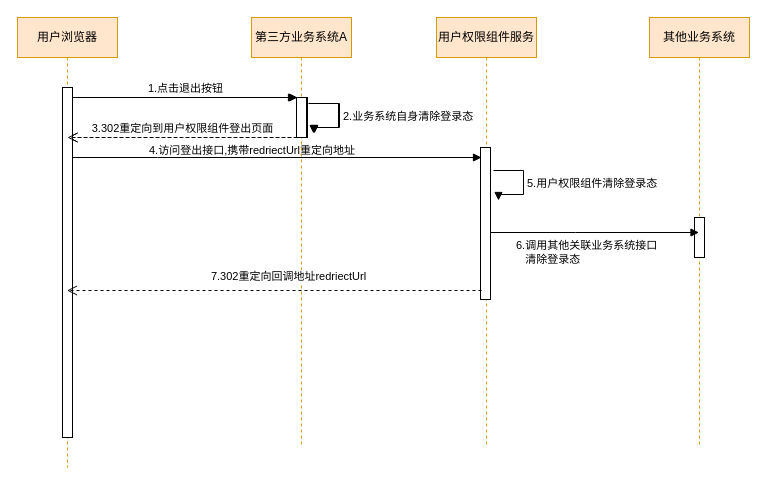
Above: 用户权限组件登出.drawio in lsdu0/drawio (draw.io), before the change. Source tidied: cells renumbered, new cells numbered last; positions are measured from the earlier drawing's top-left corner, leaving out a move shared by most shapes. Both pictures are drawn from the tidied source at 100%, with x=0, y=0 at pixel (17, 17).
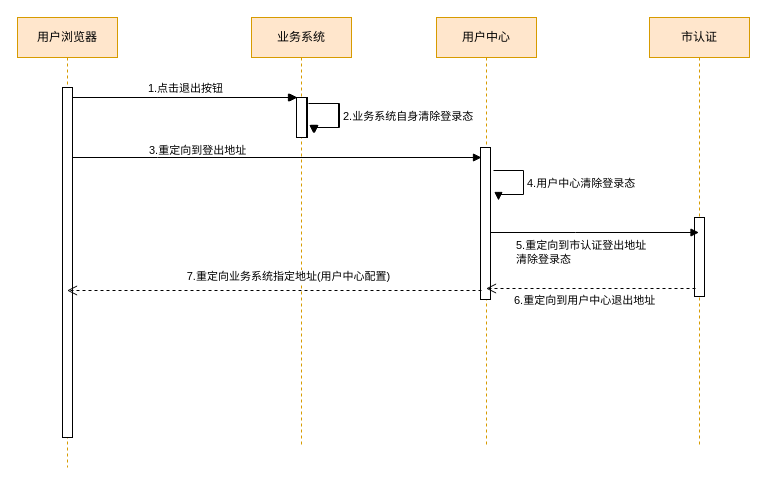
After the change.

Commit message:
Update 用户权限组件登出.drawio

The change refers to these unchanged cells:
```xml
<mxCell id="3" style="html=1;points=[];perimeter=orthogonalPerimeter;outlineConnect=0;targetShapes=umlLifeline;portConstraint=eastwest;newEdgeStyle={&quot;edgeStyle&quot;:&quot;elbowEdgeStyle&quot;,&quot;elbow&quot;:&quot;vertical&quot;,&quot;curved&quot;:0,&quot;rounded&quot;:0};" parent="1" vertex="1">
  <mxGeometry x="280" y="80" width="10" height="40" as="geometry" />
</mxCell>
<mxCell id="12" style="html=1;points=[];perimeter=orthogonalPerimeter;outlineConnect=0;targetShapes=umlLifeline;portConstraint=eastwest;newEdgeStyle={&quot;edgeStyle&quot;:&quot;elbowEdgeStyle&quot;,&quot;elbow&quot;:&quot;vertical&quot;,&quot;curved&quot;:0,&quot;rounded&quot;:0};" parent="11" vertex="1">
  <mxGeometry x="45" y="80" width="10" height="40" as="geometry" />
</mxCell>
```

Change to the diagram source:
```diff
@@
-    <mxCell id="6" value="3.302重定向到用户权限组件登出页面" style="html=1;verticalAlign=bottom;endArrow=open;dashed=1;endSize=8;edgeStyle=elbowEdgeStyle;elbow=vertical;curved=0;rounded=0;" parent="1" edge="1" source="3">
-      <mxGeometry relative="1" as="geometry">
-        <mxPoint x="50" y="120" as="targetPoint" />
-      </mxGeometry>
-    </mxCell>
-    <mxCell id="7" value="&lt;div style=&quot;text-align: center;&quot;&gt;&lt;span style=&quot;font-size: 11px; white-space: nowrap; background-color: rgb(255, 255, 255);&quot;&gt;4.访问登出接口,携带redriectUrl重定向地址&lt;/span&gt;&lt;/div&gt;" style="text;whiteSpace=wrap;html=1;" parent="1" vertex="1">
+    <mxCell id="7" value="&lt;div style=&quot;text-align: center;&quot;&gt;&lt;span style=&quot;font-size: 11px; white-space: nowrap; background-color: rgb(255, 255, 255);&quot;&gt;3.重定向到登出地址&lt;/span&gt;&lt;/div&gt;" style="text;whiteSpace=wrap;html=1;" parent="1" vertex="1">
       <mxGeometry x="130" y="119" width="120" height="21" as="geometry" />
     </mxCell>
-    <mxCell id="8" value="5.用户权限组件清除登录态" style="html=1;align=left;spacingLeft=2;endArrow=block;rounded=0;edgeStyle=orthogonalEdgeStyle;curved=0;rounded=0;" parent="1" edge="1">
+    <mxCell id="8" value="4.用户中心清除登录态" style="html=1;align=left;spacingLeft=2;endArrow=block;rounded=0;edgeStyle=orthogonalEdgeStyle;curved=0;rounded=0;" parent="1" edge="1">
       <mxGeometry x="0.01" relative="1" as="geometry">
         <mxPoint x="476" y="153" as="sourcePoint" />
         <mxPoint x="481" y="183" as="targetPoint" />
         <Array as="points">
           <mxPoint x="506" y="153" />
           <mxPoint x="506" y="177" />
           <mxPoint x="481" y="177" />
         </Array>
       </mxGeometry>
     </mxCell>
@@
-    <mxCell id="11" value="第三方业务系统A" style="shape=umlLifeline;perimeter=lifelinePerimeter;whiteSpace=wrap;html=1;newEdgeStyle={&quot;edgeStyle&quot;:&quot;elbowEdgeStyle&quot;,&quot;elbow&quot;:&quot;vertical&quot;,&quot;curved&quot;:0,&quot;rounded&quot;:0};fillColor=#ffe6cc;strokeColor=#d79b00;" parent="1" vertex="1">
+    <mxCell id="11" value="业务系统" style="shape=umlLifeline;perimeter=lifelinePerimeter;whiteSpace=wrap;html=1;newEdgeStyle={&quot;edgeStyle&quot;:&quot;elbowEdgeStyle&quot;,&quot;elbow&quot;:&quot;vertical&quot;,&quot;curved&quot;:0,&quot;rounded&quot;:0};fillColor=#ffe6cc;strokeColor=#d79b00;" parent="1" vertex="1">
       <mxGeometry x="234" width="100" height="430" as="geometry" />
     </mxCell>
@@
-    <mxCell id="15" value="用户权限组件服务" style="shape=umlLifeline;perimeter=lifelinePerimeter;whiteSpace=wrap;html=1;newEdgeStyle={&quot;edgeStyle&quot;:&quot;elbowEdgeStyle&quot;,&quot;elbow&quot;:&quot;vertical&quot;,&quot;curved&quot;:0,&quot;rounded&quot;:0};fillColor=#ffe6cc;strokeColor=#d79b00;" parent="1" vertex="1">
+    <mxCell id="15" value="用户中心" style="shape=umlLifeline;perimeter=lifelinePerimeter;whiteSpace=wrap;html=1;newEdgeStyle={&quot;edgeStyle&quot;:&quot;elbowEdgeStyle&quot;,&quot;elbow&quot;:&quot;vertical&quot;,&quot;curved&quot;:0,&quot;rounded&quot;:0};fillColor=#ffe6cc;strokeColor=#d79b00;" parent="1" vertex="1">
       <mxGeometry x="419" width="100" height="430" as="geometry" />
     </mxCell>
@@
-    <mxCell id="17" style="html=1;verticalAlign=bottom;endArrow=open;dashed=1;endSize=8;edgeStyle=elbowEdgeStyle;elbow=vertical;curved=0;rounded=0;" parent="1" edge="1" source="12">
-      <mxGeometry relative="1" as="geometry">
-        <mxPoint x="50" y="120" as="targetPoint" />
-      </mxGeometry>
-    </mxCell>
@@
-    <mxCell id="19" value="7.302重定向回调地址redriectUrl" style="html=1;verticalAlign=bottom;endArrow=open;dashed=1;endSize=8;edgeStyle=elbowEdgeStyle;elbow=vertical;curved=0;rounded=0;" parent="1" edge="1">
+    <mxCell id="19" value="7.重定向业务系统指定地址(用户中心配置)" style="html=1;verticalAlign=bottom;endArrow=open;dashed=1;endSize=8;edgeStyle=elbowEdgeStyle;elbow=vertical;curved=0;rounded=0;" parent="1" edge="1">
       <mxGeometry x="-1" y="-21" relative="1" as="geometry">
         <mxPoint x="286" y="282.8" as="sourcePoint" />
         <mxPoint x="286" y="283" as="targetPoint" />
         <mxPoint x="-15" y="-15" as="offset" />
       </mxGeometry>
     </mxCell>
@@
-    <mxCell id="21" value="其他业务系统" style="shape=umlLifeline;perimeter=lifelinePerimeter;whiteSpace=wrap;html=1;newEdgeStyle={&quot;edgeStyle&quot;:&quot;elbowEdgeStyle&quot;,&quot;elbow&quot;:&quot;vertical&quot;,&quot;curved&quot;:0,&quot;rounded&quot;:0};fillColor=#ffe6cc;strokeColor=#d79b00;" parent="1" vertex="1">
+    <mxCell id="21" value="市认证" style="shape=umlLifeline;perimeter=lifelinePerimeter;whiteSpace=wrap;html=1;newEdgeStyle={&quot;edgeStyle&quot;:&quot;elbowEdgeStyle&quot;,&quot;elbow&quot;:&quot;vertical&quot;,&quot;curved&quot;:0,&quot;rounded&quot;:0};fillColor=#ffe6cc;strokeColor=#d79b00;" parent="1" vertex="1">
       <mxGeometry x="632" width="100" height="430" as="geometry" />
     </mxCell>
     <mxCell id="22" style="html=1;perimeter=orthogonalPerimeter;targetShapes=umlLifeline;newEdgeStyle={&quot;edgeStyle&quot;:&quot;elbowEdgeStyle&quot;,&quot;elbow&quot;:&quot;vertical&quot;,&quot;curved&quot;:0,&quot;rounded&quot;:0};" parent="21" vertex="1">
-      <mxGeometry x="45" y="200" width="10" height="40" as="geometry" />
+      <mxGeometry x="45" y="200" width="10" height="79" as="geometry" />
     </mxCell>
@@
-    <mxCell id="24" value="&lt;span style=&quot;color: rgb(0, 0, 0); font-family: Helvetica; font-size: 11px; font-style: normal; font-variant-ligatures: normal; font-variant-caps: normal; font-weight: 400; letter-spacing: normal; orphans: 2; text-align: left; text-indent: 0px; text-transform: none; white-space: nowrap; widows: 2; word-spacing: 0px; -webkit-text-stroke-width: 0px; background-color: rgb(255, 255, 255); text-decoration-style: initial; text-decoration-color: initial; display: inline !important; float: none;&quot;&gt;6.调用其他关联业务系统接口&lt;/span&gt;&lt;div&gt;&lt;span style=&quot;color: rgb(0, 0, 0); font-family: Helvetica; font-size: 11px; font-style: normal; font-variant-ligatures: normal; font-variant-caps: normal; font-weight: 400; letter-spacing: normal; orphans: 2; text-align: left; text-indent: 0px; text-transform: none; white-space: nowrap; widows: 2; word-spacing: 0px; -webkit-text-stroke-width: 0px; background-color: rgb(255, 255, 255); text-decoration-style: initial; text-decoration-color: initial; display: inline !important; float: none;&quot;&gt;&amp;nbsp; &amp;nbsp;清除登录态&lt;/span&gt;&lt;/div&gt;" style="text;whiteSpace=wrap;html=1;" parent="1" vertex="1">
+    <mxCell id="24" value="&lt;span style=&quot;color: rgb(0, 0, 0); font-family: Helvetica; font-size: 11px; font-style: normal; font-variant-ligatures: normal; font-variant-caps: normal; font-weight: 400; letter-spacing: normal; orphans: 2; text-align: left; text-indent: 0px; text-transform: none; white-space: nowrap; widows: 2; word-spacing: 0px; -webkit-text-stroke-width: 0px; background-color: rgb(255, 255, 255); text-decoration-style: initial; text-decoration-color: initial; display: inline !important; float: none;&quot;&gt;5.重定向到市认证登出地址&lt;/span&gt;&lt;span style=&quot;background-color: rgb(255, 255, 255); font-size: 11px; text-wrap: nowrap;&quot;&gt;清除登录态&lt;/span&gt;" style="text;whiteSpace=wrap;html=1;" parent="1" vertex="1">
       <mxGeometry x="497" y="214" width="170" height="36" as="geometry" />
     </mxCell>
+    <mxCell id="25" style="html=1;verticalAlign=bottom;endArrow=open;dashed=1;endSize=8;edgeStyle=elbowEdgeStyle;elbow=vertical;curved=0;rounded=0;" parent="1" edge="1">
+      <mxGeometry relative="1" as="geometry">
+        <mxPoint x="678" y="271" as="sourcePoint" />
+        <mxPoint x="468.5" y="271" as="targetPoint" />
+      </mxGeometry>
+    </mxCell>
+    <mxCell id="26" value="&lt;span style=&quot;color: rgb(0, 0, 0); font-family: Helvetica; font-size: 11px; font-style: normal; font-variant-ligatures: normal; font-variant-caps: normal; font-weight: 400; letter-spacing: normal; orphans: 2; text-align: left; text-indent: 0px; text-transform: none; white-space: nowrap; widows: 2; word-spacing: 0px; -webkit-text-stroke-width: 0px; background-color: rgb(255, 255, 255); text-decoration-style: initial; text-decoration-color: initial; display: inline !important; float: none;&quot;&gt;6.重定向到用户中心退出地址&lt;/span&gt;" style="text;whiteSpace=wrap;html=1;" parent="1" vertex="1">
+      <mxGeometry x="495" y="269" width="170" height="36" as="geometry" />
+    </mxCell>
```
